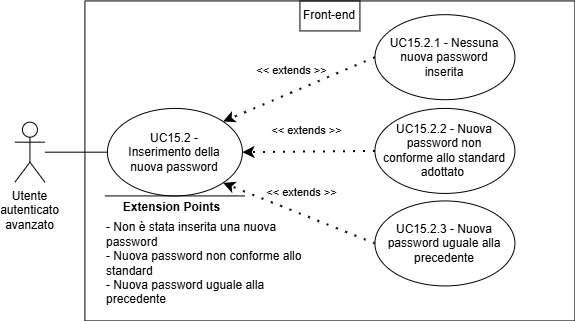
Earlier version of the draw.io export assets/diagrams/UC15_2.png (SkarabGroup/DocumentazioneProgetto). Source tidied: cells renumbered, new cells last; positions are measured from the earlier drawing's top-left corner, leaving out a move shared by most shapes.
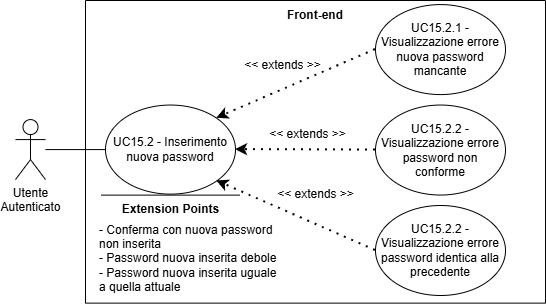
The same file after the commit.

The edit, as a diff of the source:
```diff
@@ -2,64 +2,59 @@
   <root>
     <mxCell id="0" />
     <mxCell id="1" parent="0" />
-    <mxCell id="2" style="swimlane;startSize=0;" parent="1" vertex="1">
-      <mxGeometry x="70.4" y="0.4" width="490" height="320" as="geometry" />
-    </mxCell>
-    <mxCell id="3" style="ellipse;whiteSpace=wrap;html=1;" parent="2" vertex="1">
-      <mxGeometry x="290" y="13.8" width="140" height="85" as="geometry" />
-    </mxCell>
-    <mxCell id="4" value="UC15.2.1 - Nessuna nuova password inserita" style="text;html=1;align=center;verticalAlign=middle;whiteSpace=wrap;rounded=0;" parent="2" vertex="1">
-      <mxGeometry x="295" y="21.2" width="130" height="70" as="geometry" />
-    </mxCell>
-    <mxCell id="5" style="ellipse;whiteSpace=wrap;html=1;" parent="2" vertex="1">
-      <mxGeometry x="290" y="107.5" width="140" height="85" as="geometry" />
-    </mxCell>
-    <mxCell id="6" value="UC15.2.2 - Nuova password non conforme allo standard adottato&amp;nbsp;" style="text;html=1;align=center;verticalAlign=middle;whiteSpace=wrap;rounded=0;" parent="2" vertex="1">
-      <mxGeometry x="295" y="115" width="130" height="70" as="geometry" />
-    </mxCell>
-    <mxCell id="7" value="&amp;lt;&amp;lt; extends &amp;gt;&amp;gt;" style="endArrow=classic;startArrow=none;endFill=1;startFill=0;html=1;verticalAlign=bottom;dashed=1;labelBackgroundColor=none;rounded=0;dashPattern=1 4;curved=0;endSize=6;strokeWidth=2;exitX=0;exitY=0.5;exitDx=0;exitDy=0;entryX=1;entryY=0.5;entryDx=0;entryDy=0;" parent="2" edge="1" source="5" target="12">
-      <mxGeometry x="0.04" y="-12" relative="1" as="geometry" />
-    </mxCell>
-    <mxCell id="8" value="&amp;lt;&amp;lt; extends &amp;gt;&amp;gt;" style="endArrow=classic;startArrow=none;endFill=1;startFill=0;html=1;verticalAlign=bottom;dashed=1;labelBackgroundColor=none;rounded=0;dashPattern=1 4;curved=0;endSize=6;strokeWidth=2;exitX=0;exitY=0.5;exitDx=0;exitDy=0;entryX=1;entryY=0;entryDx=0;entryDy=0;" parent="2" edge="1" source="3" target="12">
-      <mxGeometry x="0.04" y="-12" relative="1" as="geometry" />
-    </mxCell>
-    <mxCell id="9" style="ellipse;whiteSpace=wrap;html=1;" parent="2" vertex="1">
-      <mxGeometry x="290" y="200" width="140" height="85" as="geometry" />
-    </mxCell>
-    <mxCell id="10" value="UC15.2.3 - Nuova password uguale alla precedente" style="text;html=1;align=center;verticalAlign=middle;whiteSpace=wrap;rounded=0;" parent="2" vertex="1">
-      <mxGeometry x="295" y="207.5" width="130" height="70" as="geometry" />
-    </mxCell>
-    <mxCell id="11" value="Utente&lt;div&gt;&lt;span style=&quot;background-color: transparent; color: light-dark(rgb(0, 0, 0), rgb(255, 255, 255));&quot;&gt;autenticato&lt;/span&gt;&lt;/div&gt;&lt;div&gt;&lt;span style=&quot;background-color: transparent; color: light-dark(rgb(0, 0, 0), rgb(255, 255, 255));&quot;&gt;avanzato&lt;/span&gt;&lt;/div&gt;" style="shape=umlActor;verticalLabelPosition=bottom;verticalAlign=top;html=1;outlineConnect=0;align=center;" parent="2" vertex="1">
-      <mxGeometry x="-70" y="121.2" width="30" height="60" as="geometry" />
-    </mxCell>
-    <mxCell id="12" style="ellipse;whiteSpace=wrap;html=1;" parent="2" vertex="1">
-      <mxGeometry x="22.5" y="107.5" width="135" height="87.5" as="geometry" />
-    </mxCell>
-    <mxCell id="13" style="endArrow=none;html=1;rounded=0;" parent="2" edge="1">
-      <mxGeometry relative="1" as="geometry">
-        <mxPoint x="20" y="195" as="sourcePoint" />
-        <mxPoint x="160" y="195" as="targetPoint" />
-      </mxGeometry>
-    </mxCell>
+    <mxCell id="20" style="swimlane;startSize=0;strokeColor=default;" parent="1" vertex="1">
+      <mxGeometry x="4378" y="5383" width="460" height="302.6" as="geometry" />
+    </mxCell>
+    <mxCell id="19" value="Front-end" style="text;html=1;whiteSpace=wrap;strokeColor=none;fillColor=none;align=center;verticalAlign=middle;rounded=0;perimeterSpacing=1;fontStyle=1;" parent="20" vertex="1">
+      <mxGeometry x="190" width="80" height="30" as="geometry" />
+    </mxCell>
+    <mxCell id="21" value="&lt;div&gt;Utente&lt;/div&gt;&lt;div&gt;Autenticato&lt;/div&gt;" style="shape=umlActor;verticalLabelPosition=bottom;verticalAlign=top;html=1;outlineConnect=0;" parent="20" vertex="1">
+      <mxGeometry x="-70" y="119.1" width="30" height="60" as="geometry" />
+    </mxCell>
+    <mxCell id="22" value="UC15.2 - Inserimento nuova password" style="ellipse;whiteSpace=wrap;html=1;" parent="20" vertex="1">
+      <mxGeometry x="20" y="104.5" width="130" height="89.1" as="geometry" />
+    </mxCell>
+    <mxCell id="23" value="UC15.2.1 - Visualizzazione errore nuova password mancante" style="ellipse;whiteSpace=wrap;html=1;" parent="20" vertex="1">
+      <mxGeometry x="290" y="4.1" width="130" height="90" as="geometry" />
+    </mxCell>
+    <mxCell id="24" style="endArrow=classic;dashed=1;html=1;dashPattern=1 3;strokeWidth=2;rounded=0;strokeColor=default;curved=0;endFill=1;endSize=6;exitX=0;exitY=0.5;exitDx=0;exitDy=0;entryX=1;entryY=0;entryDx=0;entryDy=0;" parent="20" edge="1" source="23" target="22">
+      <mxGeometry relative="1" as="geometry" />
+    </mxCell>
+    <mxCell id="25" value="&amp;lt;&amp;lt; extends &amp;gt;&amp;gt;" style="text;html=1;whiteSpace=wrap;strokeColor=none;fillColor=none;align=center;verticalAlign=middle;rounded=0;" parent="20" vertex="1">
+      <mxGeometry x="175" y="119.1" width="95" height="30" as="geometry" />
+    </mxCell>
+    <mxCell id="26" value="UC15.2.2 - Visualizzazione errore password non&lt;div&gt;conforme&lt;/div&gt;" style="ellipse;whiteSpace=wrap;html=1;" parent="20" vertex="1">
+      <mxGeometry x="290" y="104.5" width="130" height="90" as="geometry" />
+    </mxCell>
+    <mxCell id="27" style="endArrow=classic;dashed=1;html=1;dashPattern=1 3;strokeWidth=2;rounded=0;entryX=1;entryY=0.5;entryDx=0;entryDy=0;strokeColor=default;curved=0;endFill=1;endSize=6;exitX=0;exitY=0.5;exitDx=0;exitDy=0;" parent="20" edge="1" source="26" target="22">
+      <mxGeometry relative="1" as="geometry" />
+    </mxCell>
+    <mxCell id="28" value="&amp;lt;&amp;lt; extends &amp;gt;&amp;gt;" style="text;html=1;whiteSpace=wrap;strokeColor=none;fillColor=none;align=center;verticalAlign=middle;rounded=0;" parent="20" vertex="1">
+      <mxGeometry x="150" y="50" width="95" height="30" as="geometry" />
+    </mxCell>
+    <mxCell id="29" style="endArrow=none;html=1;rounded=0;entryX=0;entryY=0.5;entryDx=0;entryDy=0;" parent="20" edge="1" source="21" target="22">
+      <mxGeometry relative="1" as="geometry" />
+    </mxCell>
+    <mxCell id="30" value="&amp;lt;&amp;lt; extends &amp;gt;&amp;gt;" style="text;html=1;whiteSpace=wrap;strokeColor=none;fillColor=none;align=center;verticalAlign=middle;rounded=0;" parent="20" vertex="1">
+      <mxGeometry x="182.5" y="179.1" width="95" height="30" as="geometry" />
+    </mxCell>
+    <mxCell id="31" style="endArrow=none;html=1;rounded=0;" parent="20" edge="1">
+      <mxGeometry relative="1" as="geometry">
+        <mxPoint x="154.5" y="194.6" as="sourcePoint" />
+        <mxPoint x="15.8" y="194.6" as="targetPoint" />
+      </mxGeometry>
+    </mxCell>
-    <mxCell id="14" value="&lt;b&gt;&lt;font style=&quot;font-size: 12px;&quot;&gt;Extension Points&lt;/font&gt;&lt;/b&gt;" style="edgeLabel;html=1;align=center;verticalAlign=middle;" parent="13" vertex="1">
-      <mxGeometry x="0.65" relative="1" as="geometry">
-        <mxPoint x="-50" y="11" as="offset" />
-      </mxGeometry>
+    <mxCell id="14" value="&lt;b&gt;Extension Points&lt;/b&gt;" style="text;html=1;whiteSpace=wrap;strokeColor=none;fillColor=none;align=center;verticalAlign=middle;rounded=0;strokeWidth=5;" parent="20" vertex="1">
+      <mxGeometry x="27.5" y="193.6" width="115" height="30" as="geometry" />
     </mxCell>
-    <mxCell id="15" value="- Non è stata inserita una nuova password&lt;div&gt;- Nuova password non conforme allo standard&lt;/div&gt;&lt;div&gt;- Nuova password uguale alla precedente&lt;/div&gt;" style="text;html=1;align=left;verticalAlign=middle;whiteSpace=wrap;rounded=0;" parent="2" vertex="1">
-      <mxGeometry x="20" y="247.5" width="198.8" height="30" as="geometry" />
-    </mxCell>
-    <mxCell id="16" value="&lt;div style=&quot;&quot;&gt;UC15.2 - Inserimento della nuova password&lt;/div&gt;" style="text;html=1;align=center;verticalAlign=middle;whiteSpace=wrap;rounded=0;" parent="2" vertex="1">
-      <mxGeometry x="35" y="116.2" width="110" height="70" as="geometry" />
-    </mxCell>
-    <mxCell id="17" style="endArrow=none;html=1;rounded=0;entryX=0;entryY=0.5;entryDx=0;entryDy=0;" parent="2" edge="1" source="11" target="12">
-      <mxGeometry relative="1" as="geometry" />
-    </mxCell>
-    <mxCell id="18" value="&amp;lt;&amp;lt; extends &amp;gt;&amp;gt;" style="endArrow=classic;startArrow=none;endFill=1;startFill=0;html=1;verticalAlign=bottom;dashed=1;labelBackgroundColor=none;rounded=0;dashPattern=1 4;curved=0;endSize=6;strokeWidth=2;exitX=0;exitY=0.5;exitDx=0;exitDy=0;entryX=1;entryY=1;entryDx=0;entryDy=0;" parent="2" edge="1" source="9" target="12">
-      <mxGeometry x="0.04" y="-12" relative="1" as="geometry" />
-    </mxCell>
-    <mxCell id="19" value="Front-end" style="text;html=1;align=center;verticalAlign=middle;whiteSpace=wrap;rounded=0;perimeterSpacing=1;strokeColor=default;" parent="2" vertex="1">
-      <mxGeometry x="215" width="60" height="30" as="geometry" />
-    </mxCell>
+    <mxCell id="32" value="- Conferma con nuova password non inserita&lt;div&gt;- Password nuova inserita debole&lt;/div&gt;&lt;div&gt;- Password nuova inserita uguale a quella attuale&lt;/div&gt;" style="text;html=1;whiteSpace=wrap;strokeColor=none;fillColor=none;align=left;verticalAlign=middle;rounded=0;" parent="20" vertex="1">
+      <mxGeometry x="11.5" y="212.6" width="188.5" height="90" as="geometry" />
+    </mxCell>
+    <mxCell id="33" value="UC15.2.2 - Visualizzazione errore password identica alla precedente" style="ellipse;whiteSpace=wrap;html=1;strokeWidth=1;fontSize=12;" parent="1" vertex="1">
+      <mxGeometry x="4668" y="5588" width="130" height="90" as="geometry" />
+    </mxCell>
+    <mxCell id="34" style="endArrow=classic;dashed=1;html=1;dashPattern=1 3;strokeWidth=2;rounded=0;entryX=1;entryY=1;entryDx=0;entryDy=0;exitX=0;exitY=0.5;exitDx=0;exitDy=0;strokeColor=default;curved=0;endFill=1;endSize=6;" parent="1" edge="1" source="33" target="22">
+      <mxGeometry relative="1" as="geometry" />
+    </mxCell>
   </root>
 </mxGraphModel>
```
